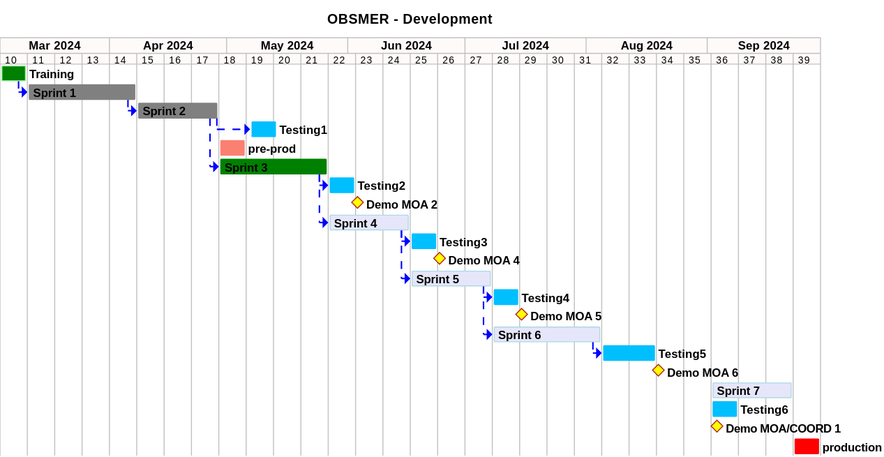
sumaris-net/sumaris-doc keeps this PlantUML diagram as projects/obsmer/not/images/refonte-obsmer-planning-sprints.svg. Above is the earlier version. Its source is kept beside it as projects/obsmer/not/images/refonte-obsmer-planning-sprints.puml.
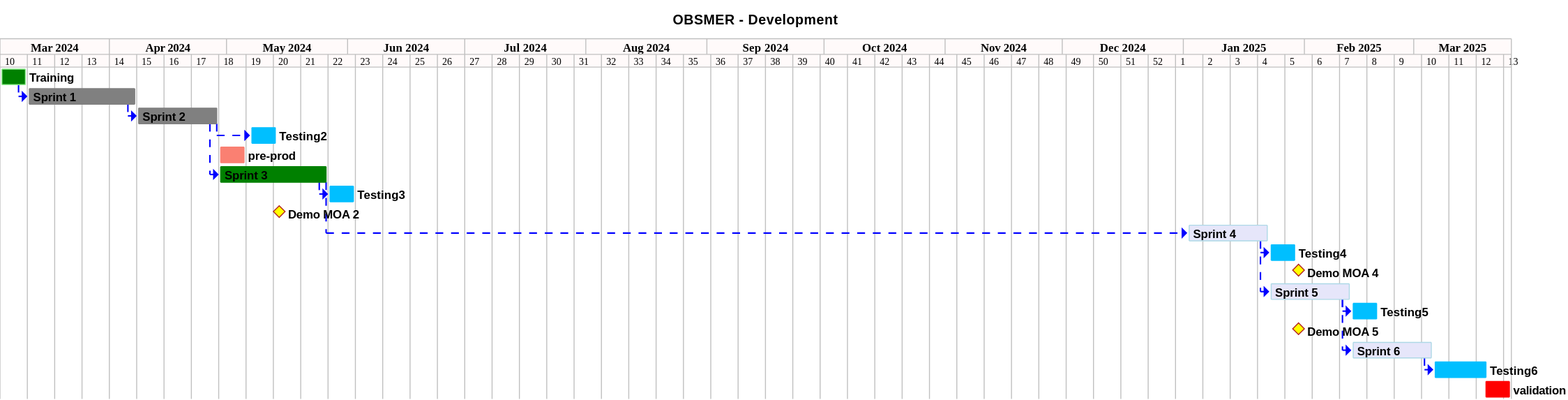
Later version of the same file.

What changed in the source:
```diff
@@ -79,8 +79,8 @@
 [Sprint 2] as [TASK2] requires 3 weeks
 [TASK2] is colored in Grey
 [TASK1]->[TASK2]
-[TASK2]->[Testing1]
-[Testing1] requires 1 week and starts the 7th of May 2024
+[TASK2]->[Testing2]
+[Testing2] requires 1 week and starts the 7th of May 2024
 
 [pre-prod] as [PREPROD] requires 1 week and starts the 29th of April 2024
 [PREPROD] is colored in salmon
@@ -88,39 +88,32 @@
 [Sprint 3] as [TASK3] requires 4 weeks
 [TASK3] is colored in green
 [TASK2]->[TASK3]
-[Testing2] requires 1 week
-[TASK3]->[Testing2]
+[Testing3] requires 1 week
+[TASK3]->[Testing3]
 [Demo MOA 2] happens 1 day after [Testing2]'s end
 
-[Sprint 4] as [TASK4] requires 3 weeks
+[Sprint 4] as [TASK4] requires 3 weeks and starts the 2th of January 2025
 [TASK4] is colored in Lavender/LightBlue
 [TASK3]->[TASK4]
-[Testing3] requires 1 week
-[TASK4]->[Testing3]
-[Demo MOA 4] happens 1 day after [Testing3]'s end
+[Testing4] requires 1 week
+[TASK4]->[Testing4]
+[Demo MOA 4] happens 1 day after [Testing4]'s end
 
 [Sprint 5] as [TASK5] requires 3 weeks
 [TASK5] is colored in Lavender/LightBlue
 [TASK4]->[TASK5]
-[Testing4] requires 1 week
-[TASK5]->[Testing4]
+[Testing5] requires 1 week
+[TASK5]->[Testing5]
 [Demo MOA 5] happens 1 day after [Testing4]'s end
 
-[Sprint 6] as [TASK6] requires 4 weeks
+[Sprint 6] as [TASK6] requires 3 weeks
 [TASK6] is colored in Lavender/LightBlue
 [TASK5]->[TASK6]
-[Testing5] requires 2 week
-[TASK6]->[Testing5]
-[Demo MOA 6] happens 1 day after [Testing5]'s end
+[Testing6] requires 2 week
+[TASK6]->[Testing6]
 
 
-[Sprint 7] as [TASK7] requires 3 weeks and starts the 2th of September 2024
-[TASK7] is colored in Lavender/LightBlue
-[Testing6] requires 1 week and  starts the 2th of September 2024
-
-[Demo MOA/COORD 1] happens 1 day after [Testing6]'s start
-
-[production] as [PROD] requires 1 week and starts the 23th of September 2024
-[PROD] is colored in red
+[validation] as [VAL] requires 1 week and starts the 19th of March 2025
+[VAL] is colored in red
 
 @endgantt
```
